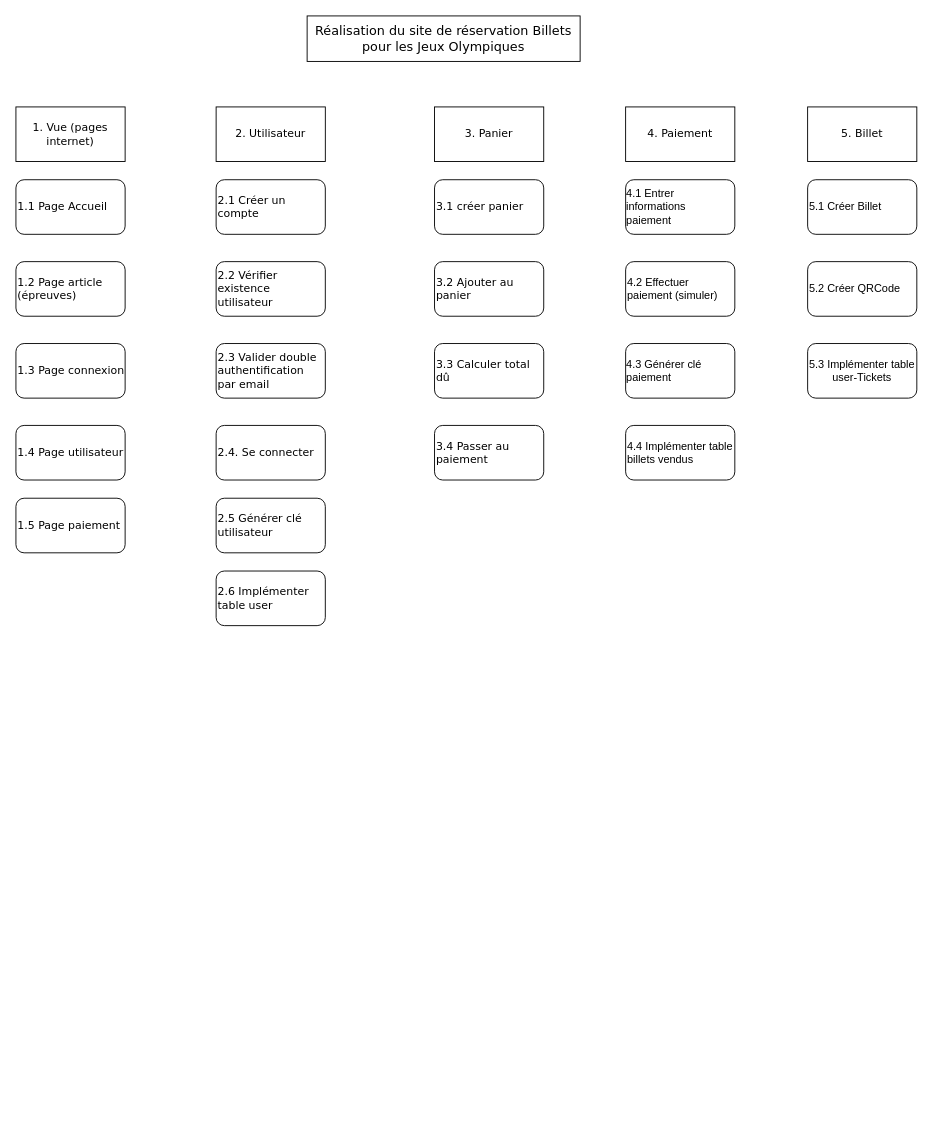
This is WBSJeux Olympiques .drawio from mariannemnrt/ProjetReservationBilletJO, a draw.io file, before an edit. Source tidied: cells renumbered, new cells numbered last; positions are measured from the earlier drawing's top-left corner, leaving out a move shared by most shapes. Both pictures are drawn from the tidied source at 91%, with x=0, y=0 at pixel (15, 15).
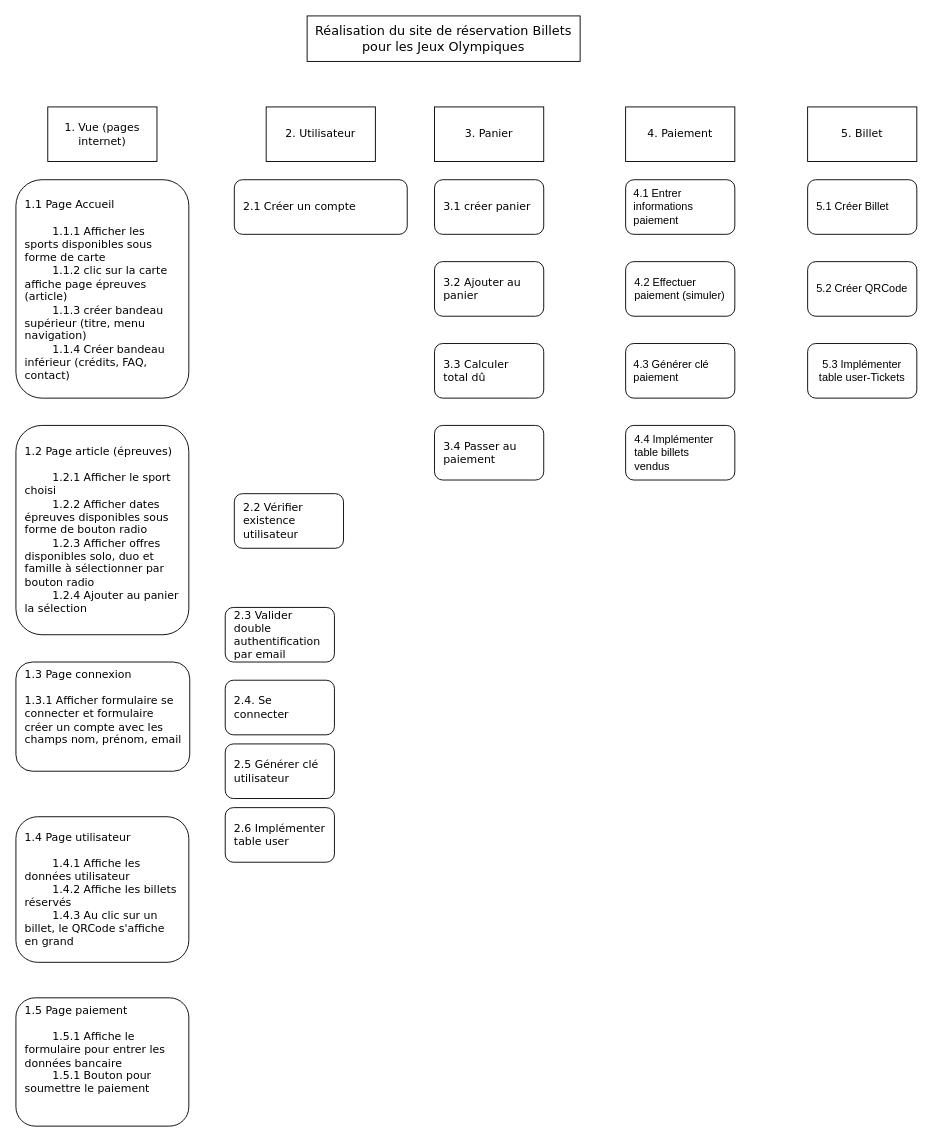
The same diagram, later.

Commit message (it also covers changes not shown here):
Mettre à jour WBSJeux Olympiques .drawio

The edit, as a diff of the source:
```diff
@@
-    <mxCell id="2" value="Réalisation du site de réservation Billets pour les Jeux Olympiques " style="rounded=0;whiteSpace=wrap;html=1;align=center;verticalAlign=middle;fontSize=14;fontFamily=Verdana;" parent="1" vertex="1">
+    <mxCell id="2" value="Réalisation du site de réservation Billets pour les Jeux Olympiques " style="rounded=0;whiteSpace=wrap;html=1;align=center;verticalAlign=middle;fontSize=14;fontFamily=Verdana;spacingLeft=8;spacingRight=8;" parent="1" vertex="1">
       <mxGeometry x="320" width="300" height="50" as="geometry" />
     </mxCell>
-    <mxCell id="3" value="1. Vue (pages internet) " style="rounded=0;whiteSpace=wrap;html=1;align=center;fontFamily=Verdana;" parent="1" vertex="1">
-      <mxGeometry y="100" width="120" height="60" as="geometry" />
+    <mxCell id="3" value="1. Vue (pages internet) " style="rounded=0;whiteSpace=wrap;html=1;align=center;fontFamily=Verdana;spacingLeft=8;spacingRight=8;" parent="1" vertex="1">
+      <mxGeometry x="35" y="100" width="120" height="60" as="geometry" />
     </mxCell>
-    <mxCell id="4" value="2. Utilisateur " style="rounded=0;whiteSpace=wrap;html=1;align=center;fontFamily=Verdana;" parent="1" vertex="1">
-      <mxGeometry x="220" y="100" width="120" height="60" as="geometry" />
+    <mxCell id="4" value="2. Utilisateur " style="rounded=0;whiteSpace=wrap;html=1;align=center;fontFamily=Verdana;spacingLeft=8;spacingRight=8;" parent="1" vertex="1">
+      <mxGeometry x="275" y="100" width="120" height="60" as="geometry" />
     </mxCell>
-    <mxCell id="5" value="3. Panier " style="rounded=0;whiteSpace=wrap;html=1;align=center;fontFamily=Verdana;" parent="1" vertex="1">
+    <mxCell id="5" value="3. Panier " style="rounded=0;whiteSpace=wrap;html=1;align=center;fontFamily=Verdana;spacingLeft=8;spacingRight=8;" parent="1" vertex="1">
       <mxGeometry x="460" y="100" width="120" height="60" as="geometry" />
     </mxCell>
-    <mxCell id="6" value="4. Paiement" style="rounded=0;whiteSpace=wrap;html=1;align=center;fontFamily=Verdana;" parent="1" vertex="1">
+    <mxCell id="6" value="4. Paiement" style="rounded=0;whiteSpace=wrap;html=1;align=center;fontFamily=Verdana;spacingLeft=8;spacingRight=8;" parent="1" vertex="1">
       <mxGeometry x="670" y="100" width="120" height="60" as="geometry" />
     </mxCell>
-    <mxCell id="7" value="5. Billet" style="rounded=0;whiteSpace=wrap;html=1;align=center;fontFamily=Verdana;" parent="1" vertex="1">
+    <mxCell id="7" value="5. Billet" style="rounded=0;whiteSpace=wrap;html=1;align=center;fontFamily=Verdana;spacingLeft=8;spacingRight=8;" parent="1" vertex="1">
       <mxGeometry x="870" y="100" width="120" height="60" as="geometry" />
     </mxCell>
-    <mxCell id="8" value="1.1 Page Accueil" style="rounded=1;whiteSpace=wrap;html=1;align=left;fontFamily=Verdana;" parent="1" vertex="1">
-      <mxGeometry y="180" width="120" height="60" as="geometry" />
+    <mxCell id="8" value="&lt;div&gt;&lt;br&gt;&lt;/div&gt;&lt;div&gt;1.1 Page Accueil&lt;/div&gt;&lt;div&gt;&amp;nbsp;&lt;br&gt;&lt;/div&gt;&lt;div&gt;&amp;nbsp;&lt;span style=&quot;white-space: pre;&quot;&gt;&#9;&lt;/span&gt;1.1.1 Afficher les sports disponibles sous forme de carte &lt;br&gt;&lt;/div&gt;&lt;div&gt;&lt;span style=&quot;white-space: pre;&quot;&gt;&#9;&lt;/span&gt;1.1.2 clic sur la carte affiche page épreuves (article)&lt;/div&gt;&lt;div&gt;&lt;span style=&quot;white-space: pre;&quot;&gt;&#9;&lt;/span&gt;1.1.3 créer bandeau supérieur (titre, menu navigation)&lt;/div&gt;&lt;div&gt;&lt;span style=&quot;white-space: pre;&quot;&gt;&#9;&lt;/span&gt;1.1.4 Créer bandeau inférieur (crédits, FAQ, contact)&lt;br&gt;&lt;/div&gt;" style="rounded=1;whiteSpace=wrap;html=1;align=left;fontFamily=Verdana;verticalAlign=top;spacingLeft=8;spacingRight=8;" parent="1" vertex="1">
+      <mxGeometry y="180" width="190" height="240" as="geometry" />
     </mxCell>
-    <mxCell id="9" value="1.2 Page article (épreuves)" style="rounded=1;whiteSpace=wrap;html=1;align=left;fontFamily=Verdana;" parent="1" vertex="1">
-      <mxGeometry y="270" width="120" height="60" as="geometry" />
+    <mxCell id="9" value="&lt;div&gt;1.2 Page article (épreuves)&lt;/div&gt;&lt;div&gt;&lt;br&gt;&lt;/div&gt;&lt;div&gt;&lt;span style=&quot;white-space: pre;&quot;&gt;&#9;&lt;/span&gt;1.2.1 Afficher le sport choisi &lt;br&gt;&lt;/div&gt;&lt;div&gt;&lt;span style=&quot;white-space: pre;&quot;&gt;&#9;&lt;/span&gt;1.2.2 Afficher dates épreuves disponibles sous forme de bouton radio&lt;/div&gt;&lt;div&gt;&lt;span style=&quot;white-space: pre;&quot;&gt;&#9;&lt;/span&gt;1.2.3 Afficher offres disponibles solo, duo et famille à sélectionner par bouton radio&lt;/div&gt;&lt;div&gt;&lt;span style=&quot;white-space: pre;&quot;&gt;&#9;&lt;/span&gt;1.2.4 Ajouter au panier la sélection&lt;br&gt;&lt;/div&gt;" style="rounded=1;whiteSpace=wrap;html=1;align=left;fontFamily=Verdana;spacingLeft=8;spacingRight=8;" parent="1" vertex="1">
+      <mxGeometry y="450" width="190" height="230" as="geometry" />
     </mxCell>
-    <mxCell id="10" value="1.3 Page connexion" style="rounded=1;whiteSpace=wrap;html=1;align=left;fontFamily=Verdana;" parent="1" vertex="1">
-      <mxGeometry y="360" width="120" height="60" as="geometry" />
+    <mxCell id="10" value="&lt;div&gt;1.3 Page connexion &lt;br&gt;&lt;/div&gt;&lt;div&gt;&lt;br&gt;&lt;/div&gt;&lt;div&gt;1.3.1 Afficher formulaire se connecter et formulaire créer un compte avec les champs nom, prénom, email&lt;br&gt;&lt;/div&gt;" style="rounded=1;whiteSpace=wrap;html=1;align=left;fontFamily=Verdana;spacingLeft=8;spacingRight=8;verticalAlign=top;" parent="1" vertex="1">
+      <mxGeometry y="710" width="191" height="120" as="geometry" />
     </mxCell>
-    <mxCell id="11" value="1.4 Page utilisateur" style="rounded=1;whiteSpace=wrap;html=1;align=left;fontFamily=Verdana;" parent="1" vertex="1">
-      <mxGeometry y="450" width="120" height="60" as="geometry" />
+    <mxCell id="11" value="&lt;div&gt;1.4 Page utilisateur &lt;br&gt;&lt;/div&gt;&lt;div&gt;&lt;br&gt;&lt;/div&gt;&lt;div&gt;&lt;span style=&quot;white-space: pre;&quot;&gt;&#9;&lt;/span&gt;1.4.1 Affiche les données utilisateur&lt;/div&gt;&lt;div&gt;&lt;span style=&quot;white-space: pre;&quot;&gt;&#9;&lt;/span&gt;1.4.2 Affiche les billets réservés&lt;/div&gt;&lt;div&gt;&lt;span style=&quot;white-space: pre;&quot;&gt;&#9;&lt;/span&gt;1.4.3 Au clic sur un billet, le QRCode s'affiche en grand &lt;br&gt;&lt;/div&gt;" style="rounded=1;whiteSpace=wrap;html=1;align=left;fontFamily=Verdana;spacingLeft=8;spacingRight=8;" parent="1" vertex="1">
+      <mxGeometry y="880" width="190" height="160" as="geometry" />
     </mxCell>
-    <mxCell id="12" value="1.5 Page paiement" style="rounded=1;whiteSpace=wrap;html=1;align=left;fontFamily=Verdana;" parent="1" vertex="1">
-      <mxGeometry y="530" width="120" height="60" as="geometry" />
+    <mxCell id="12" value="&lt;div&gt;1.5 Page paiement&lt;/div&gt;&lt;div&gt;&lt;br&gt;&lt;/div&gt;&lt;div&gt;&lt;span style=&quot;white-space: pre;&quot;&gt;&#9;&lt;/span&gt;1.5.1 Affiche le formulaire pour entrer les données bancaire &lt;br&gt;&lt;/div&gt;&lt;div&gt;&lt;span style=&quot;white-space: pre;&quot;&gt;&#9;&lt;/span&gt;1.5.1 Bouton pour soumettre le paiement&lt;br&gt;&lt;/div&gt;" style="rounded=1;whiteSpace=wrap;html=1;align=left;fontFamily=Verdana;spacingLeft=8;spacingRight=8;verticalAlign=top;" parent="1" vertex="1">
+      <mxGeometry y="1079" width="190" height="141" as="geometry" />
     </mxCell>
-    <mxCell id="13" value="2.1 Créer un compte " style="rounded=1;whiteSpace=wrap;html=1;align=left;fontFamily=Verdana;" parent="1" vertex="1">
-      <mxGeometry x="220" y="180" width="120" height="60" as="geometry" />
+    <mxCell id="13" value="2.1 Créer un compte " style="rounded=1;whiteSpace=wrap;html=1;align=left;fontFamily=Verdana;spacingLeft=8;spacingRight=8;" parent="1" vertex="1">
+      <mxGeometry x="240" y="180" width="190" height="60" as="geometry" />
     </mxCell>
-    <mxCell id="14" value="2.2 Vérifier existence utilisateur" style="rounded=1;whiteSpace=wrap;html=1;align=left;fontFamily=Verdana;" parent="1" vertex="1">
-      <mxGeometry x="220" y="270" width="120" height="60" as="geometry" />
+    <mxCell id="14" value="2.2 Vérifier existence utilisateur" style="rounded=1;whiteSpace=wrap;html=1;align=left;fontFamily=Verdana;spacingLeft=8;spacingRight=8;" parent="1" vertex="1">
+      <mxGeometry x="240" y="525" width="120" height="60" as="geometry" />
     </mxCell>
-    <mxCell id="15" value="2.3 Valider double authentification par email" style="rounded=1;whiteSpace=wrap;html=1;align=left;fontFamily=Verdana;" parent="1" vertex="1">
-      <mxGeometry x="220" y="360" width="120" height="60" as="geometry" />
+    <mxCell id="15" value="2.3 Valider double authentification par email" style="rounded=1;whiteSpace=wrap;html=1;align=left;fontFamily=Verdana;spacingLeft=8;spacingRight=8;" parent="1" vertex="1">
+      <mxGeometry x="230" y="650" width="120" height="60" as="geometry" />
     </mxCell>
-    <mxCell id="16" value="2.4. Se connecter " style="rounded=1;whiteSpace=wrap;html=1;align=left;fontFamily=Verdana;" parent="1" vertex="1">
-      <mxGeometry x="220" y="450" width="120" height="60" as="geometry" />
+    <mxCell id="16" value="2.4. Se connecter " style="rounded=1;whiteSpace=wrap;html=1;align=left;fontFamily=Verdana;spacingLeft=8;spacingRight=8;" parent="1" vertex="1">
+      <mxGeometry x="230" y="730" width="120" height="60" as="geometry" />
     </mxCell>
-    <mxCell id="17" value="2.5 Générer clé utilisateur " style="rounded=1;whiteSpace=wrap;html=1;align=left;fontFamily=Verdana;" parent="1" vertex="1">
-      <mxGeometry x="220" y="530" width="120" height="60" as="geometry" />
+    <mxCell id="17" value="2.5 Générer clé utilisateur " style="rounded=1;whiteSpace=wrap;html=1;align=left;fontFamily=Verdana;spacingLeft=8;spacingRight=8;" parent="1" vertex="1">
+      <mxGeometry x="230" y="800" width="120" height="60" as="geometry" />
     </mxCell>
-    <mxCell id="18" value="2.6 Implémenter table user" style="rounded=1;whiteSpace=wrap;html=1;align=left;fontFamily=Verdana;" parent="1" vertex="1">
-      <mxGeometry x="220" y="610" width="120" height="60" as="geometry" />
+    <mxCell id="18" value="2.6 Implémenter table user" style="rounded=1;whiteSpace=wrap;html=1;align=left;fontFamily=Verdana;spacingLeft=8;spacingRight=8;" parent="1" vertex="1">
+      <mxGeometry x="230" y="870" width="120" height="60" as="geometry" />
     </mxCell>
-    <mxCell id="19" value="3.1 créer panier " style="rounded=1;whiteSpace=wrap;html=1;align=left;fontFamily=Verdana;" parent="1" vertex="1">
+    <mxCell id="19" value="3.1 créer panier " style="rounded=1;whiteSpace=wrap;html=1;align=left;fontFamily=Verdana;spacingLeft=8;spacingRight=8;" parent="1" vertex="1">
       <mxGeometry x="460" y="180" width="120" height="60" as="geometry" />
     </mxCell>
-    <mxCell id="20" value="3.2 Ajouter au panier " style="rounded=1;whiteSpace=wrap;html=1;align=left;fontFamily=Verdana;" parent="1" vertex="1">
+    <mxCell id="20" value="3.2 Ajouter au panier " style="rounded=1;whiteSpace=wrap;html=1;align=left;fontFamily=Verdana;spacingLeft=8;spacingRight=8;" parent="1" vertex="1">
       <mxGeometry x="460" y="270" width="120" height="60" as="geometry" />
     </mxCell>
-    <mxCell id="21" value="3.3 Calculer total dû" style="rounded=1;whiteSpace=wrap;html=1;align=left;fontFamily=Verdana;" parent="1" vertex="1">
+    <mxCell id="21" value="3.3 Calculer total dû" style="rounded=1;whiteSpace=wrap;html=1;align=left;fontFamily=Verdana;spacingLeft=8;spacingRight=8;" parent="1" vertex="1">
       <mxGeometry x="460" y="360" width="120" height="60" as="geometry" />
     </mxCell>
-    <mxCell id="22" value="3.4 Passer au paiement" style="rounded=1;whiteSpace=wrap;html=1;align=left;fontFamily=Verdana;" parent="1" vertex="1">
+    <mxCell id="22" value="3.4 Passer au paiement" style="rounded=1;whiteSpace=wrap;html=1;align=left;fontFamily=Verdana;spacingLeft=8;spacingRight=8;" parent="1" vertex="1">
       <mxGeometry x="460" y="450" width="120" height="60" as="geometry" />
     </mxCell>
-    <mxCell id="23" value="&lt;div align=&quot;left&quot;&gt;4.1 Entrer informations paiement&lt;br&gt;&lt;/div&gt;" style="rounded=1;whiteSpace=wrap;html=1;" parent="1" vertex="1">
+    <mxCell id="23" value="&lt;div align=&quot;left&quot;&gt;4.1 Entrer informations paiement&lt;br&gt;&lt;/div&gt;" style="rounded=1;whiteSpace=wrap;html=1;spacingLeft=8;spacingRight=8;" parent="1" vertex="1">
       <mxGeometry x="670" y="180" width="120" height="60" as="geometry" />
     </mxCell>
-    <mxCell id="24" value="4.2 Effectuer paiement (simuler)" style="rounded=1;whiteSpace=wrap;html=1;align=left;" parent="1" vertex="1">
+    <mxCell id="24" value="4.2 Effectuer paiement (simuler)" style="rounded=1;whiteSpace=wrap;html=1;align=left;spacingLeft=8;spacingRight=8;" parent="1" vertex="1">
       <mxGeometry x="670" y="270" width="120" height="60" as="geometry" />
     </mxCell>
-    <mxCell id="25" value="&lt;div align=&quot;left&quot;&gt;4.3 Générer clé paiement&lt;br&gt;&lt;/div&gt;" style="rounded=1;whiteSpace=wrap;html=1;" parent="1" vertex="1">
+    <mxCell id="25" value="&lt;div align=&quot;left&quot;&gt;4.3 Générer clé paiement&lt;br&gt;&lt;/div&gt;" style="rounded=1;whiteSpace=wrap;html=1;spacingLeft=8;spacingRight=8;" parent="1" vertex="1">
       <mxGeometry x="670" y="360" width="120" height="60" as="geometry" />
     </mxCell>
-    <mxCell id="26" value="&lt;div align=&quot;left&quot;&gt;4.4 Implémenter table billets vendus &lt;/div&gt;" style="rounded=1;whiteSpace=wrap;html=1;align=left;" parent="1" vertex="1">
+    <mxCell id="26" value="&lt;div align=&quot;left&quot;&gt;4.4 Implémenter table billets vendus &lt;/div&gt;" style="rounded=1;whiteSpace=wrap;html=1;align=left;spacingLeft=8;spacingRight=8;" parent="1" vertex="1">
       <mxGeometry x="670" y="450" width="120" height="60" as="geometry" />
     </mxCell>
-    <mxCell id="27" value="&lt;div align=&quot;left&quot;&gt;5.1 Créer Billet&lt;br&gt;&lt;/div&gt;" style="rounded=1;whiteSpace=wrap;html=1;align=left;" parent="1" vertex="1">
+    <mxCell id="27" value="&lt;div align=&quot;left&quot;&gt;5.1 Créer Billet&lt;br&gt;&lt;/div&gt;" style="rounded=1;whiteSpace=wrap;html=1;align=left;spacingLeft=8;spacingRight=8;" parent="1" vertex="1">
       <mxGeometry x="870" y="180" width="120" height="60" as="geometry" />
     </mxCell>
-    <mxCell id="28" value="&lt;div&gt;5.2 Créer QRCode&lt;br&gt;&lt;/div&gt;" style="rounded=1;whiteSpace=wrap;html=1;align=left;" parent="1" vertex="1">
+    <mxCell id="28" value="&lt;div&gt;5.2 Créer QRCode&lt;br&gt;&lt;/div&gt;" style="rounded=1;whiteSpace=wrap;html=1;align=left;spacingLeft=8;spacingRight=8;" parent="1" vertex="1">
       <mxGeometry x="870" y="270" width="120" height="60" as="geometry" />
     </mxCell>
-    <mxCell id="29" value="5.3 Implémenter table user-Tickets" style="rounded=1;whiteSpace=wrap;html=1;" parent="1" vertex="1">
+    <mxCell id="29" value="5.3 Implémenter table user-Tickets" style="rounded=1;whiteSpace=wrap;html=1;spacingLeft=8;spacingRight=8;" parent="1" vertex="1">
       <mxGeometry x="870" y="360" width="120" height="60" as="geometry" />
     </mxCell>
```
